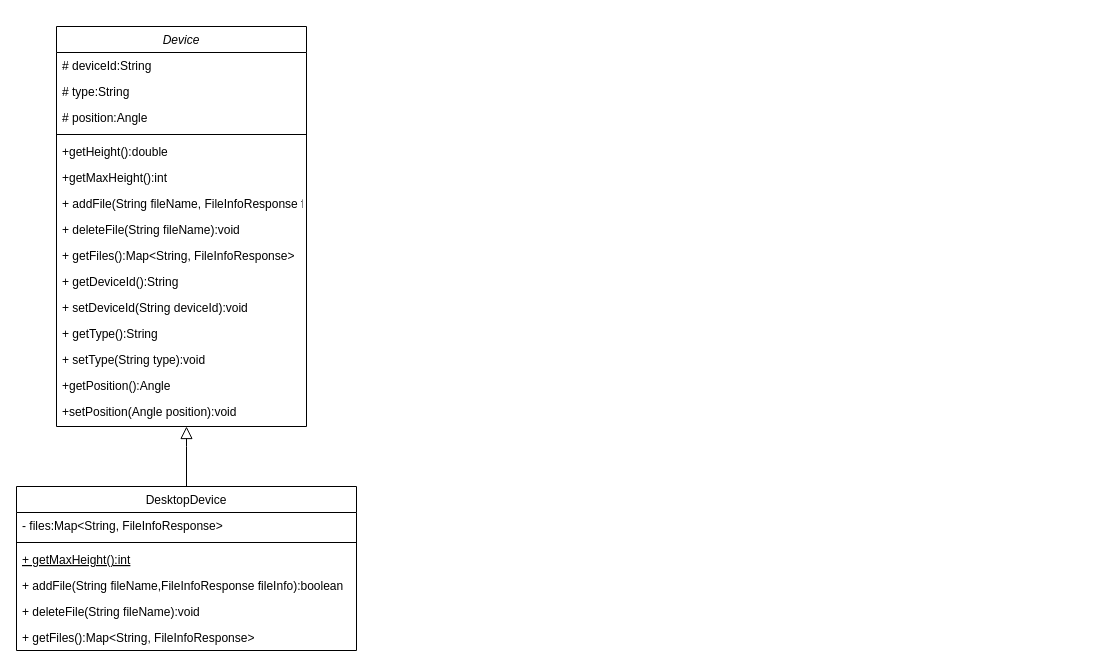
Above: satellite.drawio in yangyong0614/Java_Draw_IO (draw.io), before the change. Source tidied: cells renumbered, new cells numbered last; positions are measured from the earlier drawing's top-left corner, leaving out a move shared by most shapes. Both pictures are drawn from the tidied source at 100%, with x=0, y=0 at pixel (16, 26).
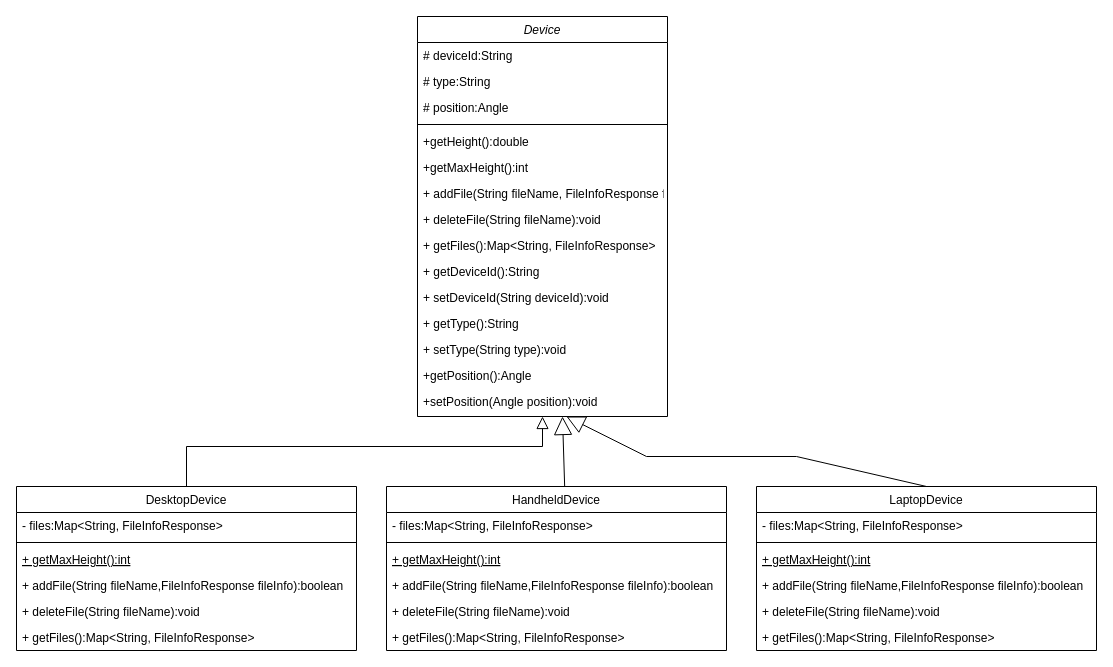
The same diagram, later.

The change refers to these unchanged cells:
```xml
<mxCell id="17" value="+setPosition(Angle position):void" style="text;align=left;verticalAlign=top;spacingLeft=4;spacingRight=4;overflow=hidden;points=[[0,0.5],[1,0.5]];portConstraint=eastwest;" parent="2" vertex="1">
  <mxGeometry y="372" width="250" height="26" as="geometry" />
</mxCell>
```

What changed in the source:
```diff
@@
     <mxCell id="2" value="Device" style="swimlane;fontStyle=2;align=center;verticalAlign=top;horizontal=1;startSize=26;rounded=0;shadow=0;strokeWidth=1;" parent="1" vertex="1">
-      <mxGeometry x="40" width="250" height="400" as="geometry" />
+      <mxGeometry x="401" y="-10" width="250" height="400" as="geometry" />
     </mxCell>
@@
+    <mxCell id="26" value="HandheldDevice" style="swimlane;fontStyle=0;align=center;verticalAlign=top;horizontal=1;startSize=26;rounded=0;shadow=0;strokeWidth=1;" parent="1" vertex="1">
+      <mxGeometry x="370" y="460" width="340" height="164" as="geometry" />
+    </mxCell>
+    <mxCell id="27" value="- files:Map&lt;String, FileInfoResponse&gt;" style="text;align=left;verticalAlign=top;spacingLeft=4;spacingRight=4;overflow=hidden;" parent="26" vertex="1">
+      <mxGeometry y="26" width="340" height="26" as="geometry" />
+    </mxCell>
+    <mxCell id="28" style="line;html=1;strokeWidth=1;align=left;verticalAlign=middle;spacingTop=-1;spacingLeft=3;spacingRight=3;labelPosition=right;" parent="26" vertex="1">
+      <mxGeometry y="52" width="340" height="8" as="geometry" />
+    </mxCell>
+    <mxCell id="29" value="+ getMaxHeight():int" style="text;align=left;verticalAlign=top;spacingLeft=4;spacingRight=4;overflow=hidden;fontStyle=4;" parent="26" vertex="1">
+      <mxGeometry y="60" width="340" height="26" as="geometry" />
+    </mxCell>
+    <mxCell id="30" value="+ addFile(String fileName,FileInfoResponse fileInfo):boolean" style="text;align=left;verticalAlign=top;spacingLeft=4;spacingRight=4;overflow=hidden;" parent="26" vertex="1">
+      <mxGeometry y="86" width="340" height="26" as="geometry" />
+    </mxCell>
+    <mxCell id="31" value="+ deleteFile(String fileName):void" style="text;align=left;verticalAlign=top;spacingLeft=4;spacingRight=4;overflow=hidden;" parent="26" vertex="1">
+      <mxGeometry y="112" width="340" height="26" as="geometry" />
+    </mxCell>
+    <mxCell id="32" value="+ getFiles():Map&lt;String, FileInfoResponse&gt;" style="text;align=left;verticalAlign=top;spacingLeft=4;spacingRight=4;overflow=hidden;" parent="26" vertex="1">
+      <mxGeometry y="138" width="340" height="26" as="geometry" />
+    </mxCell>
+    <mxCell id="33" value="LaptopDevice" style="swimlane;fontStyle=0;align=center;verticalAlign=top;horizontal=1;startSize=26;rounded=0;shadow=0;strokeWidth=1;" parent="1" vertex="1">
+      <mxGeometry x="740" y="460" width="340" height="164" as="geometry" />
+    </mxCell>
+    <mxCell id="34" value="- files:Map&lt;String, FileInfoResponse&gt;" style="text;align=left;verticalAlign=top;spacingLeft=4;spacingRight=4;overflow=hidden;" parent="33" vertex="1">
+      <mxGeometry y="26" width="340" height="26" as="geometry" />
+    </mxCell>
+    <mxCell id="35" style="line;html=1;strokeWidth=1;align=left;verticalAlign=middle;spacingTop=-1;spacingLeft=3;spacingRight=3;labelPosition=right;" parent="33" vertex="1">
+      <mxGeometry y="52" width="340" height="8" as="geometry" />
+    </mxCell>
+    <mxCell id="36" value="+ getMaxHeight():int" style="text;align=left;verticalAlign=top;spacingLeft=4;spacingRight=4;overflow=hidden;fontStyle=4;" parent="33" vertex="1">
+      <mxGeometry y="60" width="340" height="26" as="geometry" />
+    </mxCell>
+    <mxCell id="37" value="+ addFile(String fileName,FileInfoResponse fileInfo):boolean" style="text;align=left;verticalAlign=top;spacingLeft=4;spacingRight=4;overflow=hidden;" parent="33" vertex="1">
+      <mxGeometry y="86" width="340" height="26" as="geometry" />
+    </mxCell>
+    <mxCell id="38" value="+ deleteFile(String fileName):void" style="text;align=left;verticalAlign=top;spacingLeft=4;spacingRight=4;overflow=hidden;" parent="33" vertex="1">
+      <mxGeometry y="112" width="340" height="26" as="geometry" />
+    </mxCell>
+    <mxCell id="39" value="+ getFiles():Map&lt;String, FileInfoResponse&gt;" style="text;align=left;verticalAlign=top;spacingLeft=4;spacingRight=4;overflow=hidden;" parent="33" vertex="1">
+      <mxGeometry y="138" width="340" height="26" as="geometry" />
+    </mxCell>
+    <mxCell id="40" style="endArrow=block;endSize=16;endFill=0;html=1;rounded=0;exitX=0.524;exitY=0;exitDx=0;exitDy=0;exitPerimeter=0;entryX=0.58;entryY=1.077;entryDx=0;entryDy=0;entryPerimeter=0;" parent="1" edge="1" source="26" target="17">
+      <mxGeometry relative="1" as="geometry" />
+    </mxCell>
+    <mxCell id="41" style="endArrow=block;endSize=16;endFill=0;html=1;rounded=0;exitX=0.5;exitY=0;exitDx=0;exitDy=0;" parent="1" edge="1" source="33">
+      <mxGeometry relative="1" as="geometry">
+        <mxPoint x="550" y="390" as="targetPoint" />
+        <Array as="points">
+          <mxPoint x="780" y="430" />
+          <mxPoint x="630" y="430" />
+        </Array>
+      </mxGeometry>
+    </mxCell>
```
